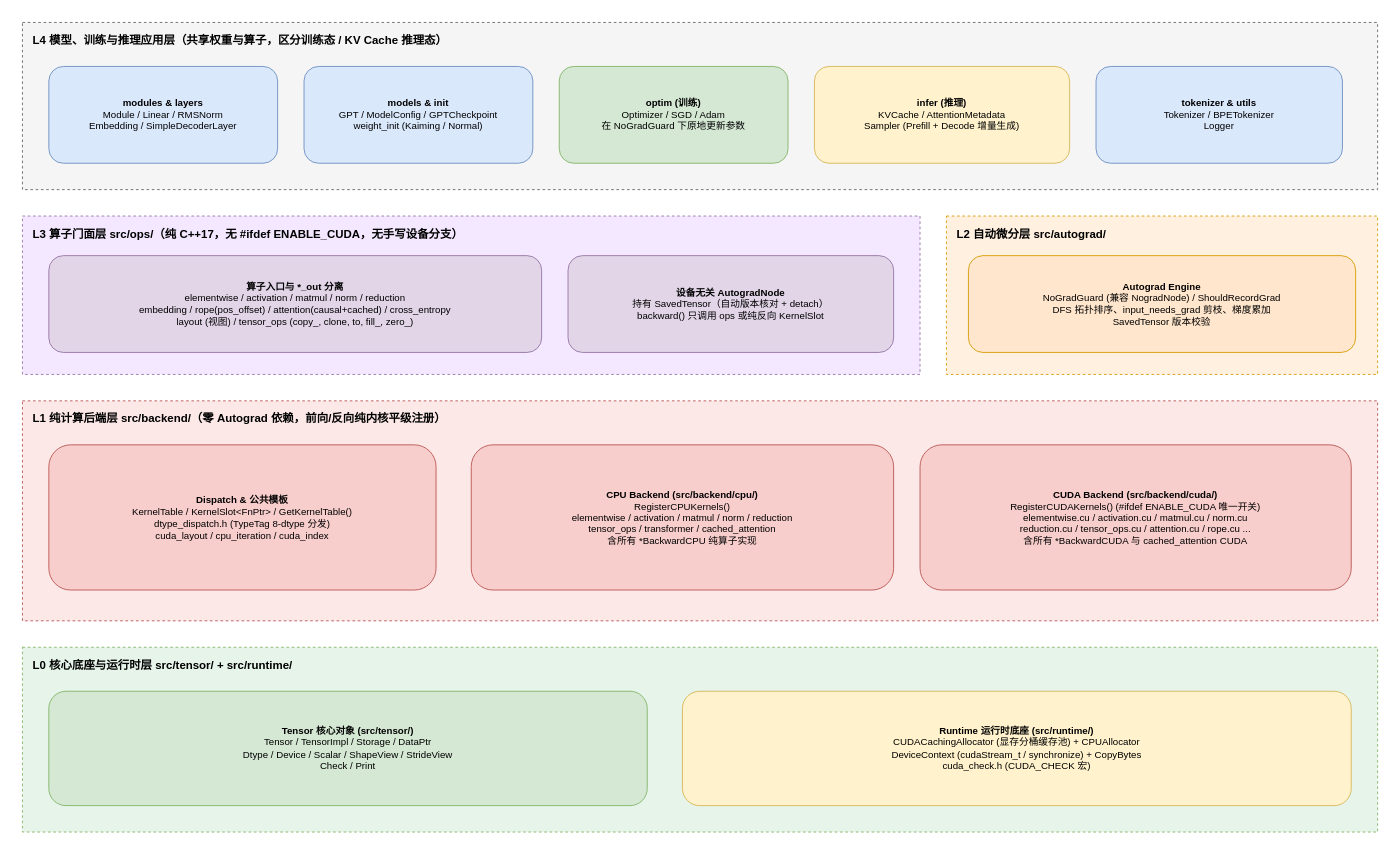
This is page "五层架构与依赖" (1 of 2) of note/design/框架架构图.drawio from szfmsmdx/mini-infer, a draw.io file, before an edit. Source tidied: cells renumbered, new cells numbered last; positions are measured from the earlier drawing's top-left corner, leaving out a move shared by most shapes. Both pictures are drawn from the tidied source at 88%, with x=0, y=0 at pixel (22, 22).
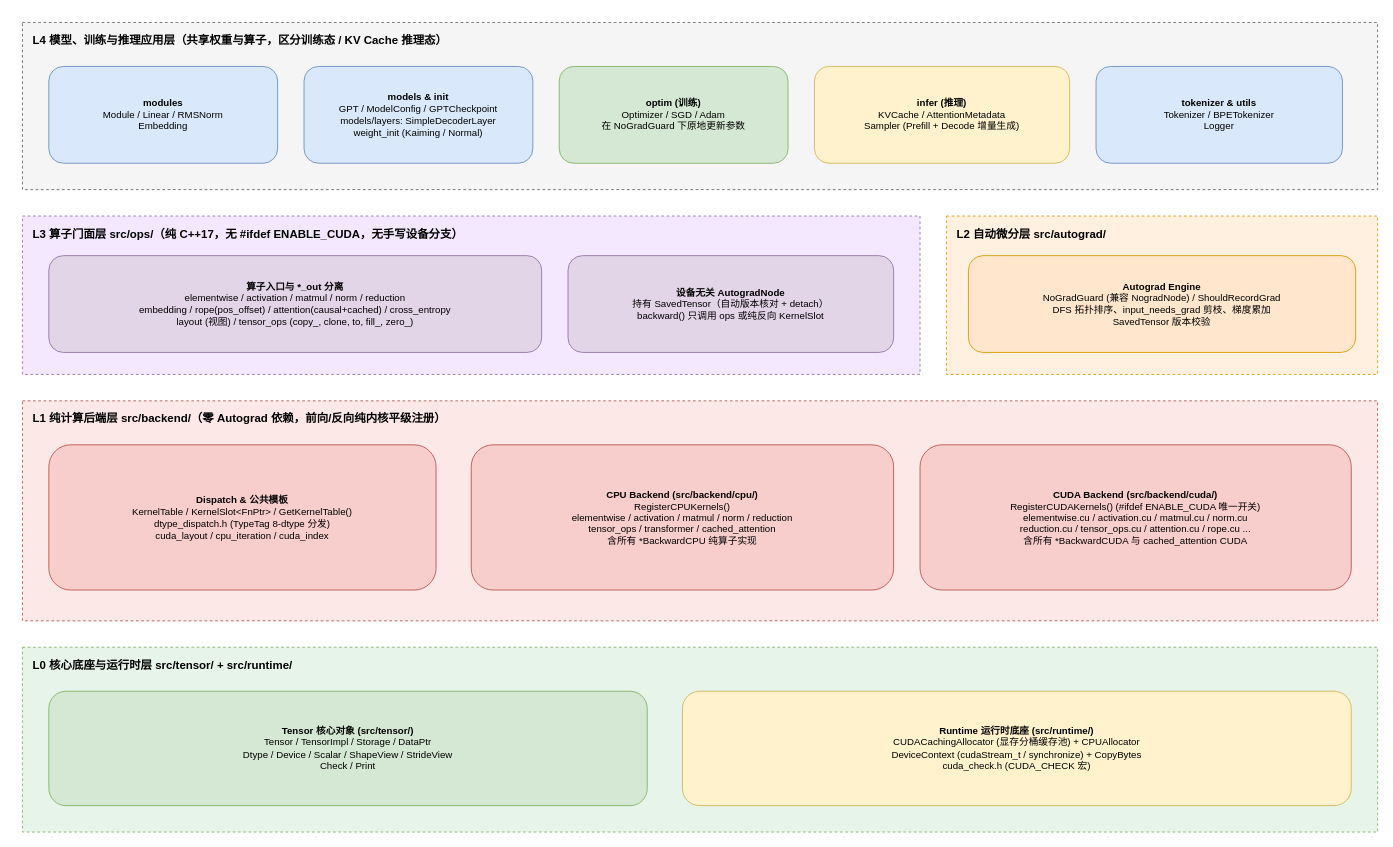
The same diagram, later.

The edit, as a diff of the source:
```diff
@@
-    <mxCell id="3" value="&lt;b&gt;modules &amp;amp; layers&lt;/b&gt;&lt;br&gt;Module / Linear / RMSNorm&lt;br&gt;Embedding / SimpleDecoderLayer" style="rounded=1;whiteSpace=wrap;html=1;fontSize=11;fillColor=#dae8fc;strokeColor=#6c8ebf;" parent="1" vertex="1">
+    <mxCell id="3" value="&lt;b&gt;modules&lt;/b&gt;&lt;br&gt;Module / Linear / RMSNorm&lt;br&gt;Embedding" style="rounded=1;whiteSpace=wrap;html=1;fontSize=11;fillColor=#dae8fc;strokeColor=#6c8ebf;" parent="1" vertex="1">
       <mxGeometry x="30" y="50" width="260" height="110" as="geometry" />
     </mxCell>
-    <mxCell id="4" value="&lt;b&gt;models &amp;amp; init&lt;/b&gt;&lt;br&gt;GPT / ModelConfig / GPTCheckpoint&lt;br&gt;weight_init (Kaiming / Normal)" style="rounded=1;whiteSpace=wrap;html=1;fontSize=11;fillColor=#dae8fc;strokeColor=#6c8ebf;" parent="1" vertex="1">
+    <mxCell id="4" value="&lt;b&gt;models &amp;amp; init&lt;/b&gt;&lt;br&gt;GPT / ModelConfig / GPTCheckpoint&lt;br&gt;models/layers: SimpleDecoderLayer&lt;br&gt;weight_init (Kaiming / Normal)" style="rounded=1;whiteSpace=wrap;html=1;fontSize=11;fillColor=#dae8fc;strokeColor=#6c8ebf;" parent="1" vertex="1">
       <mxGeometry x="320" y="50" width="260" height="110" as="geometry" />
     </mxCell>
```
